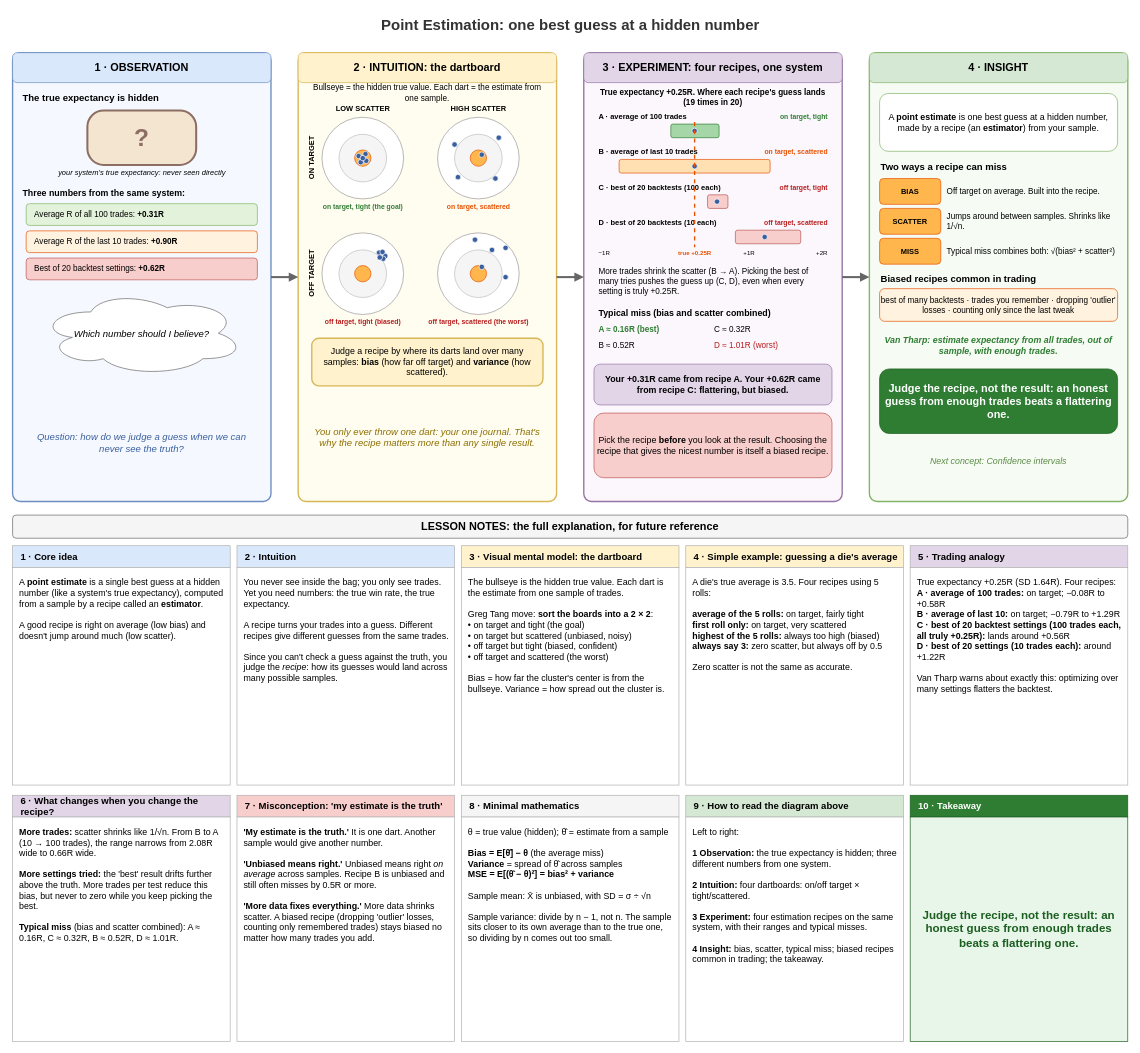
raj-champaneriya-ibm/continuous-learning keeps this draw.io diagram as page "01 Point Estimation" (1 of 2) of seeing-theory/frequentist-inference.drawio. Above is the earlier version. Source tidied: cells renumbered, new cells numbered last; positions are measured from the earlier drawing's top-left corner, leaving out a move shared by most shapes. Both pictures are drawn from the tidied source at 68%, with x=0, y=0 at pixel (12, 12).
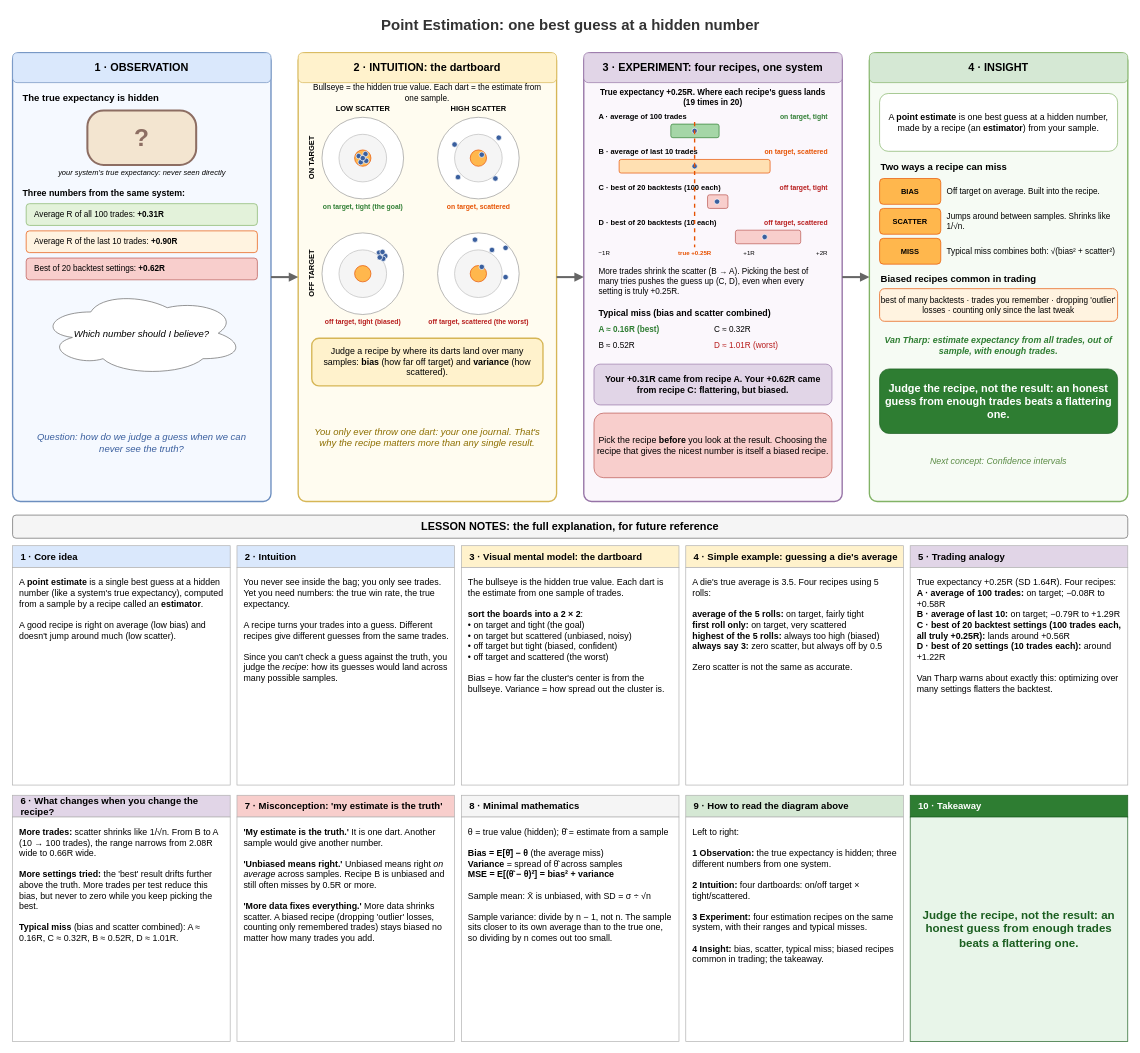
The same diagram, later.

Commit message:
Implement code changes to enhance functionality and improve performance

Change to the diagram source:
```diff
@@
-    <mxCell id="115" value="The bullseye is the hidden true value. Each dart is the estimate from one sample of trades.&lt;br&gt;&lt;br&gt;Greg Tang move: &lt;b&gt;sort the boards into a 2 × 2&lt;/b&gt;:&lt;br&gt;• on target and tight (the goal)&lt;br&gt;• on target but scattered (unbiased, noisy)&lt;br&gt;• off target but tight (biased, confident)&lt;br&gt;• off target and scattered (the worst)&lt;br&gt;&lt;br&gt;Bias = how far the cluster's center is from the bullseye. Variance = how spread out the cluster is." style="rounded=0;whiteSpace=wrap;html=1;fillColor=#FFFFFF;strokeColor=#B0B0B0;align=left;verticalAlign=top;spacing=10;fontSize=13;" parent="1" vertex="1">
+    <mxCell id="115" value="The bullseye is the hidden true value. Each dart is the estimate from one sample of trades.&lt;br&gt;&lt;br&gt;&lt;b&gt;sort the boards into a 2 × 2&lt;/b&gt;:&lt;br&gt;• on target and tight (the goal)&lt;br&gt;• on target but scattered (unbiased, noisy)&lt;br&gt;• off target but tight (biased, confident)&lt;br&gt;• off target and scattered (the worst)&lt;br&gt;&lt;br&gt;Bias = how far the cluster's center is from the bullseye. Variance = how spread out the cluster is." style="rounded=0;whiteSpace=wrap;html=1;fillColor=#FFFFFF;strokeColor=#B0B0B0;align=left;verticalAlign=top;spacing=10;fontSize=13;" parent="1" vertex="1">
       <mxGeometry x="660" y="817" width="320" height="320" as="geometry" />
     </mxCell>
```
